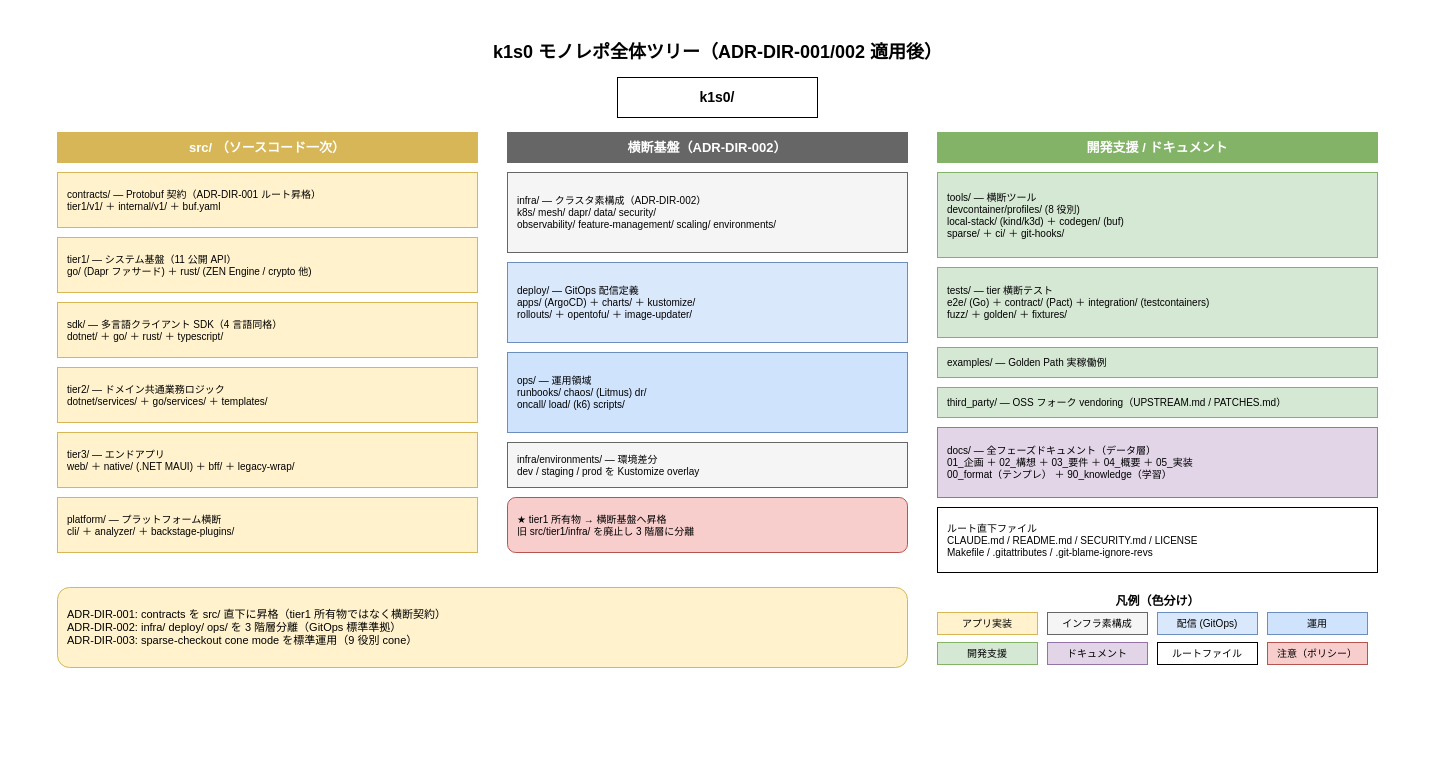
This is docs/05_実装/00_ディレクトリ設計/10_ルートレイアウト/img/リポジトリルート全体ツリー.drawio from RyuheiKiso/k1s0, a draw.io file, before an edit. Source tidied: cells renumbered, new cells numbered last; positions are measured from the earlier drawing's top-left corner, leaving out a move shared by most shapes. Both pictures are drawn from the tidied source at 100%, with x=0, y=0 at pixel (17, 17).
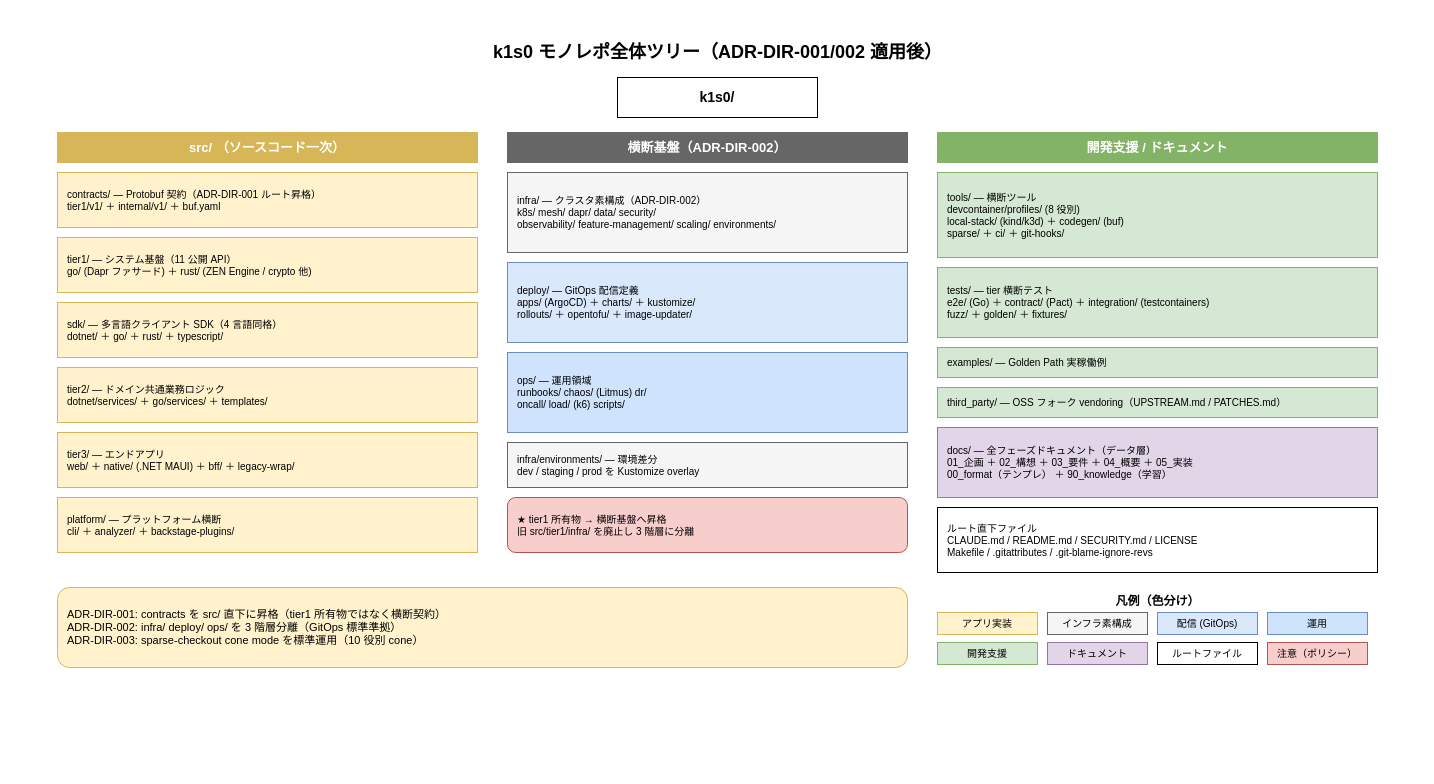
Above is the later version.

Diff of the diagram source:
```diff
@@
-    <mxCell id="25" value="ADR-DIR-001: contracts を src/ 直下に昇格（tier1 所有物ではなく横断契約）&#10;ADR-DIR-002: infra/ deploy/ ops/ を 3 階層分離（GitOps 標準準拠）&#10;ADR-DIR-003: sparse-checkout cone mode を標準運用（9 役別 cone）" style="rounded=1;whiteSpace=wrap;html=1;fillColor=#fff2cc;strokeColor=#d6b656;fontSize=11;align=left;spacingLeft=8;" parent="1" vertex="1">
+    <mxCell id="25" value="ADR-DIR-001: contracts を src/ 直下に昇格（tier1 所有物ではなく横断契約）&#10;ADR-DIR-002: infra/ deploy/ ops/ を 3 階層分離（GitOps 標準準拠）&#10;ADR-DIR-003: sparse-checkout cone mode を標準運用（10 役別 cone）" style="rounded=1;whiteSpace=wrap;html=1;fillColor=#fff2cc;strokeColor=#d6b656;fontSize=11;align=left;spacingLeft=8;" parent="1" vertex="1">
       <mxGeometry x="40" y="570" width="850" height="80" as="geometry" />
     </mxCell>
```
